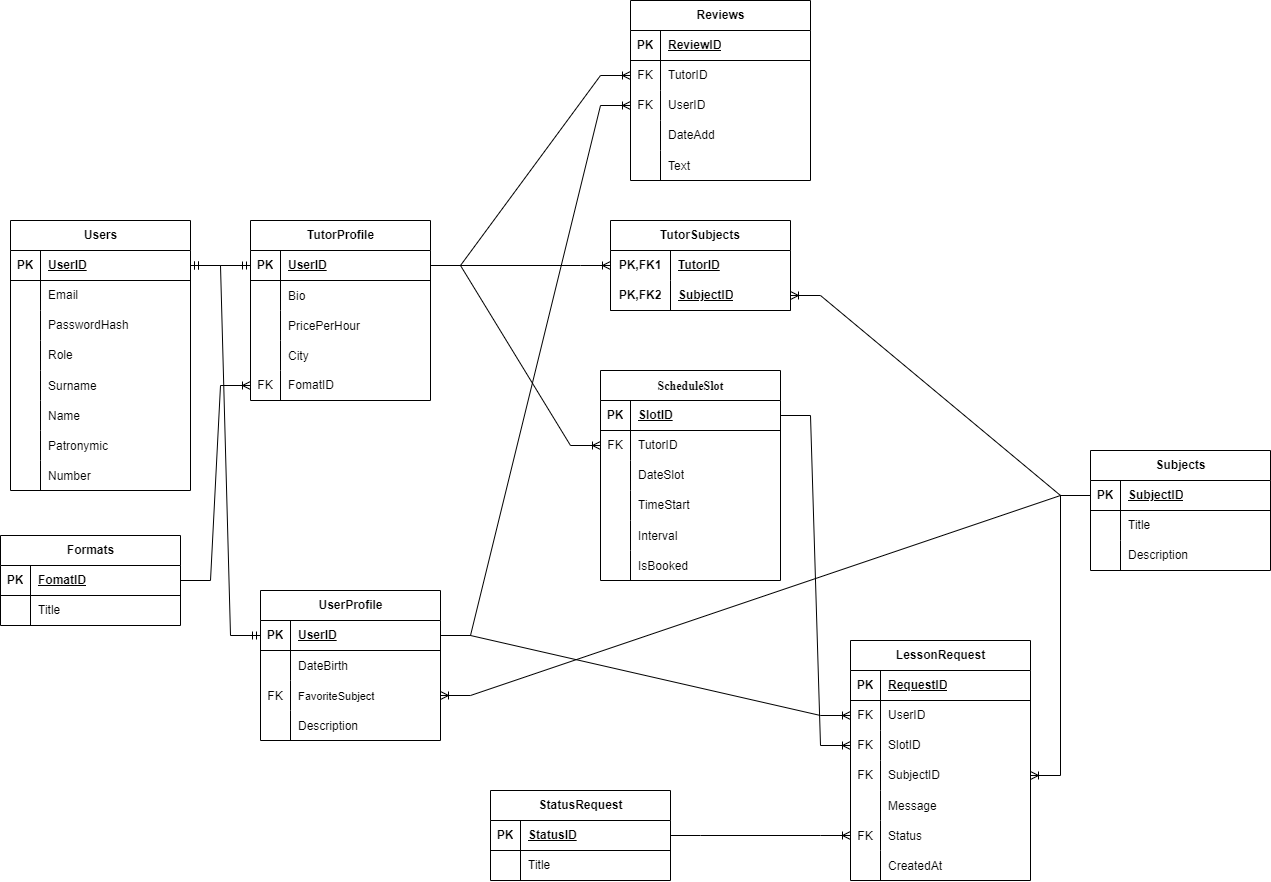
Above: Documentation/backend/Entites/ER диаграмма/StudyGO_ERDiagram.png in artemch5a1/StudyGO (draw.io), before the change. Source tidied: cells renumbered, new cells last; positions are measured from the earlier drawing's top-left corner, leaving out a move shared by most shapes.
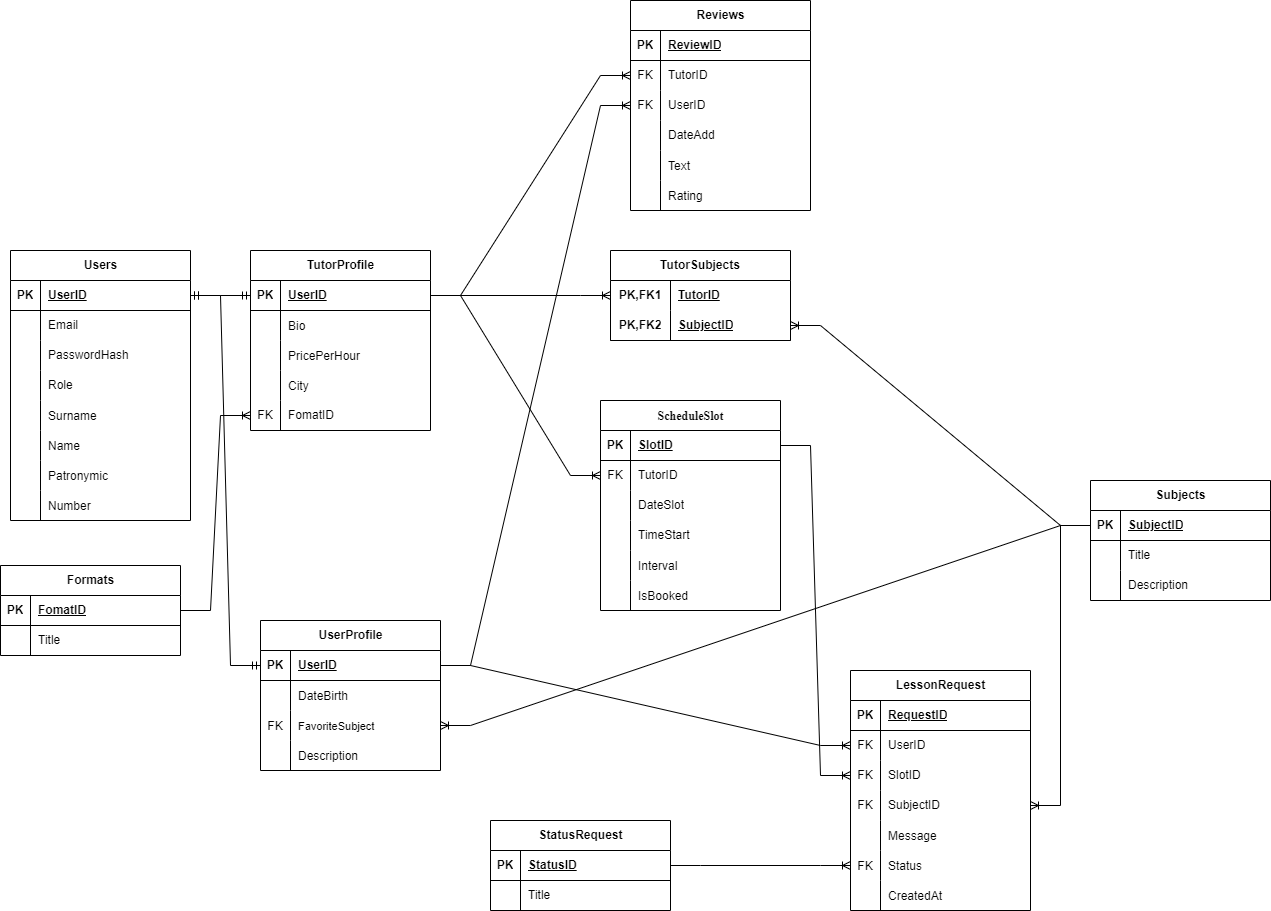
The same file after the commit.

Commit message:
er diagramm description

The edit, as a diff of the source:
```diff
@@ -414,7 +414,7 @@
       <mxGeometry relative="1" as="geometry" />
     </mxCell>
     <mxCell id="139" value="Reviews" style="shape=table;startSize=30;rowLines=0;fontStyle=1;align=center;html=1;" parent="1" vertex="1">
-      <mxGeometry x="630" width="180" height="180" as="geometry" />
+      <mxGeometry x="630" y="-30" width="180" height="210" as="geometry" />
     </mxCell>
     <mxCell id="140" style="shape=tableRow;horizontal=0;startSize=0;swimlaneHead=0;swimlaneBody=0;fillColor=none;top=0;left=0;right=0;bottom=1;" parent="139" vertex="1">
       <mxGeometry y="30" width="180" height="30" as="geometry" />
@@ -461,6 +461,15 @@
     <mxCell id="154" value="Text" style="shape=partialRectangle;fillColor=none;top=0;left=0;bottom=0;right=0;align=left;spacingLeft=6;overflow=hidden;" parent="152" vertex="1">
       <mxGeometry x="30" width="150" height="30" as="geometry" />
     </mxCell>
+    <mxCell id="157" style="shape=tableRow;horizontal=0;startSize=0;swimlaneHead=0;swimlaneBody=0;fillColor=none;top=0;left=0;right=0;bottom=0;" parent="139" vertex="1">
+      <mxGeometry y="180" width="180" height="30" as="geometry" />
+    </mxCell>
+    <mxCell id="158" style="shape=partialRectangle;fillColor=none;top=0;left=0;bottom=0;right=0;overflow=hidden;" parent="157" vertex="1">
+      <mxGeometry width="30" height="30" as="geometry" />
+    </mxCell>
+    <mxCell id="159" value="Rating" style="shape=partialRectangle;fillColor=none;top=0;left=0;bottom=0;right=0;align=left;spacingLeft=6;overflow=hidden;" parent="157" vertex="1">
+      <mxGeometry x="30" width="150" height="30" as="geometry" />
+    </mxCell>
     <mxCell id="155" style="edgeStyle=entityRelationEdgeStyle;fontSize=12;html=1;endArrow=ERoneToMany;rounded=0;exitX=1;exitY=0.5;exitDx=0;exitDy=0;entryX=0;entryY=0.5;entryDx=0;entryDy=0;" parent="1" edge="1" source="28" target="143">
       <mxGeometry relative="1" as="geometry" />
     </mxCell>
```
